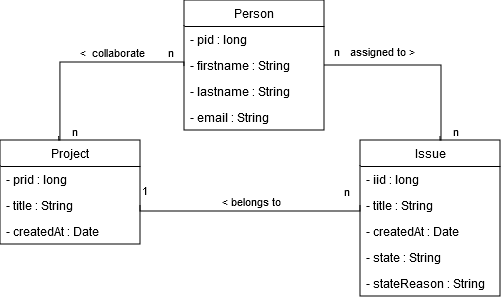
Earlier version of the draw.io export Thesis/Illustrations/class_diagram.png (D4rkm4n215/Bachelorthesis). Source tidied: cells renumbered, new cells last; positions are measured from the earlier drawing's top-left corner, leaving out a move shared by most shapes.
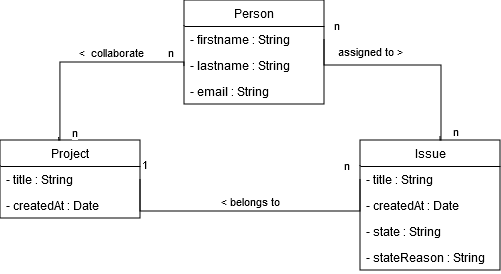
The same file after the commit.

What changed in the source:
```diff
@@ -3,49 +3,40 @@
     <mxCell id="0" />
     <mxCell id="1" parent="0" />
     <mxCell id="2" value="Person" style="swimlane;fontStyle=0;horizontal=1;startSize=26;fillColor=none;whiteSpace=wrap;html=1;" parent="1" vertex="1">
-      <mxGeometry x="184" width="140" height="130" as="geometry" />
+      <mxGeometry x="184" width="140" height="104" as="geometry" />
     </mxCell>
-    <mxCell id="3" value="- pid : long" style="text;strokeColor=none;fillColor=none;align=left;verticalAlign=top;spacingLeft=4;spacingRight=4;overflow=hidden;whiteSpace=wrap;html=1;" parent="2" vertex="1">
-      <mxGeometry y="26" width="140" height="26" as="geometry" />
-    </mxCell>
     <mxCell id="4" value="- firstname : String" style="text;strokeColor=none;fillColor=none;align=left;verticalAlign=top;spacingLeft=4;spacingRight=4;overflow=hidden;points=[[0,0.5],[1,0.5]];portConstraint=eastwest;whiteSpace=wrap;html=1;" parent="2" vertex="1">
-      <mxGeometry y="52" width="140" height="26" as="geometry" />
+      <mxGeometry y="26" width="140" height="26" as="geometry" />
     </mxCell>
     <mxCell id="5" value="&lt;div&gt;- lastname : String&lt;/div&gt;&lt;div&gt;&lt;br&gt;&lt;/div&gt;" style="text;strokeColor=none;fillColor=none;align=left;verticalAlign=top;spacingLeft=4;spacingRight=4;overflow=hidden;whiteSpace=wrap;html=1;" parent="2" vertex="1">
-      <mxGeometry y="78" width="140" height="26" as="geometry" />
+      <mxGeometry y="52" width="140" height="26" as="geometry" />
     </mxCell>
     <mxCell id="6" value="- email : String" style="text;strokeColor=none;fillColor=none;align=left;verticalAlign=top;spacingLeft=4;spacingRight=4;overflow=hidden;whiteSpace=wrap;html=1;" parent="2" vertex="1">
-      <mxGeometry y="104" width="140" height="26" as="geometry" />
+      <mxGeometry y="78" width="140" height="26" as="geometry" />
     </mxCell>
     <mxCell id="7" value="Project" style="swimlane;fontStyle=0;horizontal=1;startSize=26;fillColor=none;whiteSpace=wrap;html=1;" parent="1" vertex="1">
-      <mxGeometry y="140" width="140" height="104" as="geometry" />
+      <mxGeometry y="140" width="140" height="78" as="geometry" />
     </mxCell>
-    <mxCell id="8" value="- prid : long" style="text;strokeColor=none;fillColor=none;align=left;verticalAlign=top;spacingLeft=4;spacingRight=4;overflow=hidden;whiteSpace=wrap;html=1;" parent="7" vertex="1">
-      <mxGeometry y="26" width="140" height="26" as="geometry" />
-    </mxCell>
     <mxCell id="9" value="- title : String" style="text;strokeColor=none;fillColor=none;align=left;verticalAlign=top;spacingLeft=4;spacingRight=4;overflow=hidden;points=[[0,0.5],[1,0.5]];portConstraint=eastwest;whiteSpace=wrap;html=1;" parent="7" vertex="1">
-      <mxGeometry y="52" width="140" height="26" as="geometry" />
+      <mxGeometry y="26" width="140" height="26" as="geometry" />
     </mxCell>
     <mxCell id="10" value="- createdAt : Date" style="text;strokeColor=none;fillColor=none;align=left;verticalAlign=top;spacingLeft=4;spacingRight=4;overflow=hidden;whiteSpace=wrap;html=1;" parent="7" vertex="1">
-      <mxGeometry y="78" width="140" height="26" as="geometry" />
+      <mxGeometry y="52" width="140" height="26" as="geometry" />
     </mxCell>
     <mxCell id="11" value="Issue" style="swimlane;fontStyle=0;horizontal=1;startSize=26;fillColor=none;whiteSpace=wrap;html=1;" parent="1" vertex="1">
-      <mxGeometry x="360" y="140" width="140" height="156" as="geometry" />
+      <mxGeometry x="360" y="140" width="140" height="130" as="geometry" />
     </mxCell>
-    <mxCell id="12" value="- iid : long" style="text;strokeColor=none;fillColor=none;align=left;verticalAlign=top;spacingLeft=4;spacingRight=4;overflow=hidden;whiteSpace=wrap;html=1;" parent="11" vertex="1">
-      <mxGeometry y="26" width="140" height="26" as="geometry" />
-    </mxCell>
     <mxCell id="13" value="- title : String" style="text;strokeColor=none;fillColor=none;align=left;verticalAlign=top;spacingLeft=4;spacingRight=4;overflow=hidden;points=[[0,0.5],[1,0.5]];portConstraint=eastwest;whiteSpace=wrap;html=1;" parent="11" vertex="1">
-      <mxGeometry y="52" width="140" height="26" as="geometry" />
+      <mxGeometry y="26" width="140" height="26" as="geometry" />
     </mxCell>
     <mxCell id="14" value="- createdAt : Date" style="text;strokeColor=none;fillColor=none;align=left;verticalAlign=top;spacingLeft=4;spacingRight=4;overflow=hidden;whiteSpace=wrap;html=1;" parent="11" vertex="1">
-      <mxGeometry y="78" width="140" height="26" as="geometry" />
+      <mxGeometry y="52" width="140" height="26" as="geometry" />
     </mxCell>
     <mxCell id="15" value="- state : String" style="text;strokeColor=none;fillColor=none;align=left;verticalAlign=top;spacingLeft=4;spacingRight=4;overflow=hidden;whiteSpace=wrap;html=1;" parent="11" vertex="1">
-      <mxGeometry y="104" width="140" height="26" as="geometry" />
+      <mxGeometry y="78" width="140" height="26" as="geometry" />
     </mxCell>
     <mxCell id="16" value="- stateReason : String" style="text;strokeColor=none;fillColor=none;align=left;verticalAlign=top;spacingLeft=4;spacingRight=4;overflow=hidden;whiteSpace=wrap;html=1;" parent="11" vertex="1">
-      <mxGeometry y="130" width="140" height="26" as="geometry" />
+      <mxGeometry y="104" width="140" height="26" as="geometry" />
     </mxCell>
     <mxCell id="17" style="endArrow=none;html=1;edgeStyle=orthogonalEdgeStyle;rounded=0;exitX=1;exitY=0.5;exitDx=0;exitDy=0;entryX=0;entryY=0.5;entryDx=0;entryDy=0;" parent="1" edge="1" source="9" target="13">
       <mxGeometry relative="1" as="geometry">
```
